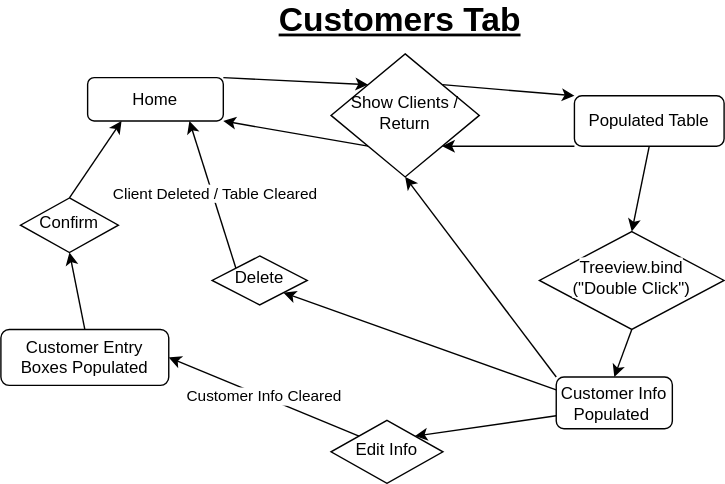
This is Data Flow Diagrams/CustomersPage.svg from KitchenPizzeria/Client-Apps, a draw.io export, as it was before one commit. Source tidied: cells renumbered, new cells last; positions are measured from the earlier drawing's top-left corner, leaving out a move shared by most shapes.
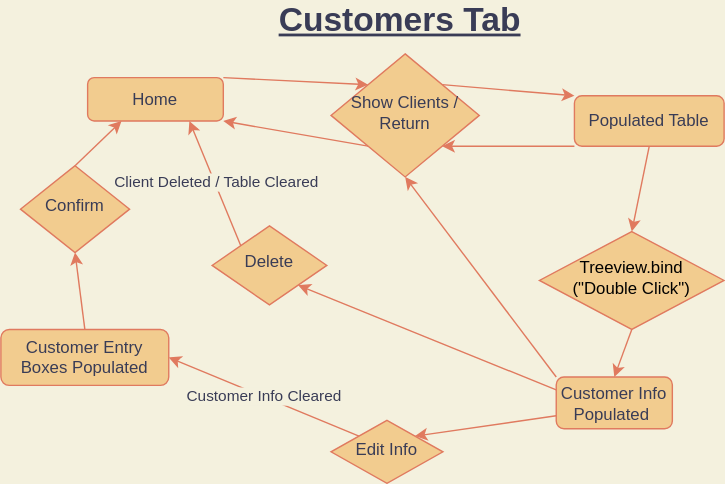
The same file after the commit.

Commit message:
Customers - User Flow Diagram

The edit, as a diff of the source:
```diff
@@ -1,89 +1,89 @@
-<mxGraphModel>
+<mxGraphModel background="#F4F1DE">
   <root>
     <mxCell id="0" />
     <mxCell id="1" parent="0" />
-    <mxCell id="2" style="edgeStyle=none;rounded=0;jettySize=auto;html=1;exitX=1;exitY=0;exitDx=0;exitDy=0;entryX=0;entryY=0;entryDx=0;entryDy=0;" parent="1" edge="1" source="3" target="6">
+    <mxCell id="2" style="edgeStyle=none;rounded=0;jettySize=auto;html=1;exitX=1;exitY=0;exitDx=0;exitDy=0;entryX=0;entryY=0;entryDx=0;entryDy=0;labelBackgroundColor=#F4F1DE;strokeColor=#E07A5F;fontColor=#393C56;" parent="1" edge="1" source="3" target="6">
       <mxGeometry relative="1" as="geometry" />
     </mxCell>
-    <mxCell id="3" value="Home" style="rounded=1;whiteSpace=wrap;html=1;fontSize=12;glass=0;strokeWidth=1;shadow=0;" parent="1" vertex="1">
+    <mxCell id="3" value="Home" style="rounded=1;whiteSpace=wrap;html=1;fontSize=12;glass=0;strokeWidth=1;shadow=0;fillColor=#F2CC8F;strokeColor=#E07A5F;fontColor=#393C56;" parent="1" vertex="1">
       <mxGeometry x="62" y="51" width="97" height="31" as="geometry" />
     </mxCell>
-    <mxCell id="4" style="edgeStyle=none;rounded=0;jettySize=auto;html=1;exitX=1;exitY=0;exitDx=0;exitDy=0;entryX=0;entryY=0;entryDx=0;entryDy=0;" parent="1" edge="1" source="6" target="9">
+    <mxCell id="4" style="edgeStyle=none;rounded=0;jettySize=auto;html=1;exitX=1;exitY=0;exitDx=0;exitDy=0;entryX=0;entryY=0;entryDx=0;entryDy=0;labelBackgroundColor=#F4F1DE;strokeColor=#E07A5F;fontColor=#393C56;" parent="1" edge="1" source="6" target="9">
       <mxGeometry relative="1" as="geometry" />
     </mxCell>
-    <mxCell id="5" style="edgeStyle=none;rounded=0;jettySize=auto;html=1;exitX=0;exitY=1;exitDx=0;exitDy=0;entryX=1;entryY=1;entryDx=0;entryDy=0;" parent="1" edge="1" source="6" target="3">
+    <mxCell id="5" style="edgeStyle=none;rounded=0;jettySize=auto;html=1;exitX=0;exitY=1;exitDx=0;exitDy=0;entryX=1;entryY=1;entryDx=0;entryDy=0;labelBackgroundColor=#F4F1DE;strokeColor=#E07A5F;fontColor=#393C56;" parent="1" edge="1" source="6" target="3">
       <mxGeometry relative="1" as="geometry" />
     </mxCell>
-    <mxCell id="6" value="Show Clients / Return" style="rhombus;whiteSpace=wrap;html=1;shadow=0;fontFamily=Helvetica;fontSize=12;align=center;strokeWidth=1;spacing=6;spacingTop=-4;" parent="1" vertex="1">
+    <mxCell id="6" value="Show Clients / Return" style="rhombus;whiteSpace=wrap;html=1;shadow=0;fontFamily=Helvetica;fontSize=12;align=center;strokeWidth=1;spacing=6;spacingTop=-4;fillColor=#F2CC8F;strokeColor=#E07A5F;fontColor=#393C56;" parent="1" vertex="1">
       <mxGeometry x="236" y="34" width="106" height="88" as="geometry" />
     </mxCell>
-    <mxCell id="7" style="edgeStyle=none;rounded=0;jettySize=auto;html=1;exitX=0;exitY=1;exitDx=0;exitDy=0;entryX=1;entryY=1;entryDx=0;entryDy=0;" parent="1" edge="1" source="9" target="6">
+    <mxCell id="7" style="edgeStyle=none;rounded=0;jettySize=auto;html=1;exitX=0;exitY=1;exitDx=0;exitDy=0;entryX=1;entryY=1;entryDx=0;entryDy=0;labelBackgroundColor=#F4F1DE;strokeColor=#E07A5F;fontColor=#393C56;" parent="1" edge="1" source="9" target="6">
       <mxGeometry relative="1" as="geometry" />
     </mxCell>
-    <mxCell id="8" style="edgeStyle=none;rounded=0;jettySize=auto;html=1;exitX=0.5;exitY=1;exitDx=0;exitDy=0;entryX=0.5;entryY=0;entryDx=0;entryDy=0;" parent="1" edge="1" source="9" target="20">
+    <mxCell id="8" style="edgeStyle=none;rounded=0;jettySize=auto;html=1;exitX=0.5;exitY=1;exitDx=0;exitDy=0;entryX=0.5;entryY=0;entryDx=0;entryDy=0;labelBackgroundColor=#F4F1DE;strokeColor=#E07A5F;fontColor=#393C56;" parent="1" edge="1" source="9" target="20">
       <mxGeometry relative="1" as="geometry" />
     </mxCell>
-    <mxCell id="9" value="Populated Table" style="rounded=1;whiteSpace=wrap;html=1;fontSize=12;glass=0;strokeWidth=1;shadow=0;" parent="1" vertex="1">
+    <mxCell id="9" value="Populated Table" style="rounded=1;whiteSpace=wrap;html=1;fontSize=12;glass=0;strokeWidth=1;shadow=0;fillColor=#F2CC8F;strokeColor=#E07A5F;fontColor=#393C56;" parent="1" vertex="1">
       <mxGeometry x="410" y="64" width="107" height="36" as="geometry" />
     </mxCell>
-    <mxCell id="10" style="edgeStyle=none;rounded=0;jettySize=auto;html=1;exitX=0;exitY=0;exitDx=0;exitDy=0;entryX=0.75;entryY=1;entryDx=0;entryDy=0;" parent="1" edge="1" source="12" target="3">
+    <mxCell id="10" style="edgeStyle=none;rounded=0;jettySize=auto;html=1;exitX=0;exitY=0;exitDx=0;exitDy=0;entryX=0.75;entryY=1;entryDx=0;entryDy=0;labelBackgroundColor=#F4F1DE;strokeColor=#E07A5F;fontColor=#393C56;" parent="1" edge="1" source="12" target="3">
       <mxGeometry relative="1" as="geometry" />
     </mxCell>
-    <mxCell id="11" value="Client Deleted / Table Cleared" style="edgeLabel;html=1;align=center;verticalAlign=middle;" parent="10" vertex="1">
+    <mxCell id="11" value="Client Deleted / Table Cleared" style="edgeLabel;html=1;align=center;verticalAlign=middle;labelBackgroundColor=#F4F1DE;fontColor=#393C56;" parent="10" vertex="1">
       <mxGeometry x="0.07" y="1" relative="1" as="geometry">
         <mxPoint x="3" y="2" as="offset" />
       </mxGeometry>
     </mxCell>
-    <mxCell id="12" value="Delete" style="rhombus;whiteSpace=wrap;html=1;shadow=0;fontFamily=Helvetica;fontSize=12;align=center;strokeWidth=1;spacing=6;spacingTop=-4;" parent="1" vertex="1">
-      <mxGeometry x="151" y="178.5" width="68" height="35" as="geometry" />
+    <mxCell id="12" value="Delete" style="rhombus;whiteSpace=wrap;html=1;shadow=0;fontFamily=Helvetica;fontSize=12;align=center;strokeWidth=1;spacing=6;spacingTop=-4;fillColor=#F2CC8F;strokeColor=#E07A5F;fontColor=#393C56;" parent="1" vertex="1">
+      <mxGeometry x="151" y="157" width="82" height="56.5" as="geometry" />
     </mxCell>
-    <mxCell id="13" style="edgeStyle=none;rounded=0;jettySize=auto;html=1;exitX=0;exitY=0;exitDx=0;exitDy=0;entryX=1;entryY=0.5;entryDx=0;entryDy=0;" parent="1" edge="1" source="15" target="17">
+    <mxCell id="13" style="edgeStyle=none;rounded=0;jettySize=auto;html=1;exitX=0;exitY=0;exitDx=0;exitDy=0;entryX=1;entryY=0.5;entryDx=0;entryDy=0;labelBackgroundColor=#F4F1DE;strokeColor=#E07A5F;fontColor=#393C56;" parent="1" edge="1" source="15" target="17">
       <mxGeometry relative="1" as="geometry" />
     </mxCell>
-    <mxCell id="14" value="Customer Info Cleared" style="edgeLabel;html=1;align=center;verticalAlign=middle;" parent="13" vertex="1">
+    <mxCell id="14" value="Customer Info Cleared" style="edgeLabel;html=1;align=center;verticalAlign=middle;labelBackgroundColor=#F4F1DE;fontColor=#393C56;" parent="13" vertex="1">
       <mxGeometry relative="1" as="geometry" />
     </mxCell>
-    <mxCell id="15" value="Edit Info" style="rhombus;whiteSpace=wrap;html=1;shadow=0;fontFamily=Helvetica;fontSize=12;align=center;strokeWidth=1;spacing=6;spacingTop=-4;" parent="1" vertex="1">
+    <mxCell id="15" value="Edit Info" style="rhombus;whiteSpace=wrap;html=1;shadow=0;fontFamily=Helvetica;fontSize=12;align=center;strokeWidth=1;spacing=6;spacingTop=-4;fillColor=#F2CC8F;strokeColor=#E07A5F;fontColor=#393C56;" parent="1" vertex="1">
       <mxGeometry x="236" y="296" width="80" height="45" as="geometry" />
     </mxCell>
-    <mxCell id="16" style="edgeStyle=none;rounded=0;jettySize=auto;html=1;exitX=0.5;exitY=0;exitDx=0;exitDy=0;entryX=0.5;entryY=1;entryDx=0;entryDy=0;" parent="1" edge="1" source="17" target="28">
+    <mxCell id="16" style="edgeStyle=none;rounded=0;jettySize=auto;html=1;exitX=0.5;exitY=0;exitDx=0;exitDy=0;entryX=0.5;entryY=1;entryDx=0;entryDy=0;labelBackgroundColor=#F4F1DE;strokeColor=#E07A5F;fontColor=#393C56;" parent="1" edge="1" source="17" target="28">
       <mxGeometry relative="1" as="geometry" />
     </mxCell>
-    <mxCell id="17" value="Customer Entry Boxes Populated" style="rounded=1;whiteSpace=wrap;html=1;fontSize=12;glass=0;strokeWidth=1;shadow=0;" parent="1" vertex="1">
+    <mxCell id="17" value="Customer Entry Boxes Populated" style="rounded=1;whiteSpace=wrap;html=1;fontSize=12;glass=0;strokeWidth=1;shadow=0;fillColor=#F2CC8F;strokeColor=#E07A5F;fontColor=#393C56;" parent="1" vertex="1">
       <mxGeometry y="231" width="120" height="40" as="geometry" />
     </mxCell>
-    <mxCell id="18" value="&lt;font style=&quot;font-size: 24px&quot;&gt;&lt;u&gt;&lt;b&gt;Customers Tab&lt;/b&gt;&lt;/u&gt;&lt;/font&gt;" style="text;html=1;align=center;verticalAlign=middle;strokeColor=none;fillColor=none;strokeWidth=4;" parent="1" vertex="1">
+    <mxCell id="18" value="&lt;font style=&quot;font-size: 24px&quot;&gt;&lt;u&gt;&lt;b&gt;Customers Tab&lt;/b&gt;&lt;/u&gt;&lt;/font&gt;" style="text;html=1;align=center;verticalAlign=middle;strokeColor=none;fillColor=none;strokeWidth=4;fontColor=#393C56;" parent="1" vertex="1">
       <mxGeometry x="190" width="190" height="20" as="geometry" />
     </mxCell>
-    <mxCell id="19" style="edgeStyle=none;rounded=0;jettySize=auto;html=1;exitX=0.5;exitY=1;exitDx=0;exitDy=0;entryX=0.5;entryY=0;entryDx=0;entryDy=0;" parent="1" edge="1" source="20" target="24">
+    <mxCell id="19" style="edgeStyle=none;rounded=0;jettySize=auto;html=1;exitX=0.5;exitY=1;exitDx=0;exitDy=0;entryX=0.5;entryY=0;entryDx=0;entryDy=0;labelBackgroundColor=#F4F1DE;strokeColor=#E07A5F;fontColor=#393C56;" parent="1" edge="1" source="20" target="24">
       <mxGeometry relative="1" as="geometry" />
     </mxCell>
-    <mxCell id="20" value="&lt;span style=&quot;color: rgb(0 , 0 , 0) ; font-family: &amp;#34;helvetica&amp;#34; ; font-size: 12px ; font-style: normal ; font-weight: normal ; letter-spacing: normal ; text-align: center ; text-indent: 0px ; text-transform: none ; word-spacing: 0px ; background-color: rgb(255 , 255 , 255) ; text-decoration: none ; display: inline ; float: none&quot;&gt;Treeview.bind&lt;br&gt;(&quot;Double Click&quot;)&lt;/span&gt;" style="rhombus;whiteSpace=wrap;html=1;shadow=0;fontFamily=Helvetica;fontSize=12;align=center;strokeWidth=1;spacing=6;spacingTop=-4;" parent="1" vertex="1">
+    <mxCell id="20" value="&lt;span style=&quot;color: rgb(0, 0, 0); font-family: helvetica; font-size: 12px; font-style: normal; font-weight: normal; letter-spacing: normal; text-align: center; text-indent: 0px; text-transform: none; word-spacing: 0px; text-decoration: none; display: inline; float: none;&quot;&gt;Treeview.bind&lt;br&gt;(&quot;Double Click&quot;)&lt;/span&gt;" style="rhombus;whiteSpace=wrap;html=1;shadow=0;fontFamily=Helvetica;fontSize=12;align=center;strokeWidth=1;spacing=6;spacingTop=-4;fillColor=#F2CC8F;strokeColor=#E07A5F;fontColor=#393C56;" parent="1" vertex="1">
       <mxGeometry x="385" y="161" width="132" height="70" as="geometry" />
     </mxCell>
-    <mxCell id="21" style="edgeStyle=none;rounded=0;jettySize=auto;html=1;exitX=0;exitY=0.25;exitDx=0;exitDy=0;entryX=1;entryY=1;entryDx=0;entryDy=0;" parent="1" edge="1" source="24" target="12">
+    <mxCell id="21" style="edgeStyle=none;rounded=0;jettySize=auto;html=1;exitX=0;exitY=0.25;exitDx=0;exitDy=0;entryX=1;entryY=1;entryDx=0;entryDy=0;labelBackgroundColor=#F4F1DE;strokeColor=#E07A5F;fontColor=#393C56;" parent="1" edge="1" source="24" target="12">
       <mxGeometry relative="1" as="geometry" />
     </mxCell>
-    <mxCell id="22" style="edgeStyle=none;rounded=0;jettySize=auto;html=1;exitX=0;exitY=0.75;exitDx=0;exitDy=0;entryX=1;entryY=0;entryDx=0;entryDy=0;" parent="1" edge="1" source="24" target="15">
+    <mxCell id="22" style="edgeStyle=none;rounded=0;jettySize=auto;html=1;exitX=0;exitY=0.75;exitDx=0;exitDy=0;entryX=1;entryY=0;entryDx=0;entryDy=0;labelBackgroundColor=#F4F1DE;strokeColor=#E07A5F;fontColor=#393C56;" parent="1" edge="1" source="24" target="15">
       <mxGeometry relative="1" as="geometry" />
     </mxCell>
-    <mxCell id="23" style="edgeStyle=none;rounded=0;jettySize=auto;html=1;exitX=0;exitY=0;exitDx=0;exitDy=0;entryX=0.5;entryY=1;entryDx=0;entryDy=0;" parent="1" edge="1" source="24" target="6">
+    <mxCell id="23" style="edgeStyle=none;rounded=0;jettySize=auto;html=1;exitX=0;exitY=0;exitDx=0;exitDy=0;entryX=0.5;entryY=1;entryDx=0;entryDy=0;labelBackgroundColor=#F4F1DE;strokeColor=#E07A5F;fontColor=#393C56;" parent="1" edge="1" source="24" target="6">
       <mxGeometry relative="1" as="geometry" />
     </mxCell>
-    <mxCell id="24" value="Customer Info Populated&amp;nbsp;" style="rounded=1;whiteSpace=wrap;html=1;fontSize=12;glass=0;strokeWidth=1;shadow=0;" parent="1" vertex="1">
+    <mxCell id="24" value="Customer Info Populated&amp;nbsp;" style="rounded=1;whiteSpace=wrap;html=1;fontSize=12;glass=0;strokeWidth=1;shadow=0;fillColor=#F2CC8F;strokeColor=#E07A5F;fontColor=#393C56;" parent="1" vertex="1">
       <mxGeometry x="397" y="265" width="83" height="37" as="geometry" />
     </mxCell>
-    <mxCell id="25" style="edgeStyle=none;rounded=0;orthogonalLoop=1;jettySize=auto;html=1;exitX=0.5;exitY=1;exitDx=0;exitDy=0;" parent="1" edge="1" source="12" target="12">
+    <mxCell id="25" style="edgeStyle=none;rounded=0;orthogonalLoop=1;jettySize=auto;html=1;exitX=0.5;exitY=1;exitDx=0;exitDy=0;labelBackgroundColor=#F4F1DE;strokeColor=#E07A5F;fontColor=#393C56;" parent="1" edge="1" source="12" target="12">
       <mxGeometry relative="1" as="geometry" />
     </mxCell>
-    <mxCell id="26" style="edgeStyle=none;rounded=0;orthogonalLoop=1;jettySize=auto;html=1;exitX=0.25;exitY=1;exitDx=0;exitDy=0;" parent="1" edge="1" source="17" target="17">
+    <mxCell id="26" style="edgeStyle=none;rounded=0;orthogonalLoop=1;jettySize=auto;html=1;exitX=0.25;exitY=1;exitDx=0;exitDy=0;labelBackgroundColor=#F4F1DE;strokeColor=#E07A5F;fontColor=#393C56;" parent="1" edge="1" source="17" target="17">
       <mxGeometry relative="1" as="geometry" />
     </mxCell>
-    <mxCell id="27" style="edgeStyle=none;rounded=0;jettySize=auto;html=1;exitX=0.5;exitY=0;exitDx=0;exitDy=0;entryX=0.25;entryY=1;entryDx=0;entryDy=0;" parent="1" edge="1" source="28" target="3">
+    <mxCell id="27" style="edgeStyle=none;rounded=0;jettySize=auto;html=1;exitX=0.5;exitY=0;exitDx=0;exitDy=0;entryX=0.25;entryY=1;entryDx=0;entryDy=0;labelBackgroundColor=#F4F1DE;strokeColor=#E07A5F;fontColor=#393C56;" parent="1" edge="1" source="28" target="3">
       <mxGeometry relative="1" as="geometry" />
     </mxCell>
-    <mxCell id="28" value="Confirm" style="rhombus;whiteSpace=wrap;html=1;shadow=0;fontFamily=Helvetica;fontSize=12;align=center;strokeWidth=1;spacing=6;spacingTop=-4;" parent="1" vertex="1">
-      <mxGeometry x="14" y="137" width="70" height="39" as="geometry" />
+    <mxCell id="28" value="Confirm" style="rhombus;whiteSpace=wrap;html=1;shadow=0;fontFamily=Helvetica;fontSize=12;align=center;strokeWidth=1;spacing=6;spacingTop=-4;fillColor=#F2CC8F;strokeColor=#E07A5F;fontColor=#393C56;" parent="1" vertex="1">
+      <mxGeometry x="14" y="114" width="78" height="62" as="geometry" />
     </mxCell>
   </root>
 </mxGraphModel>
```
